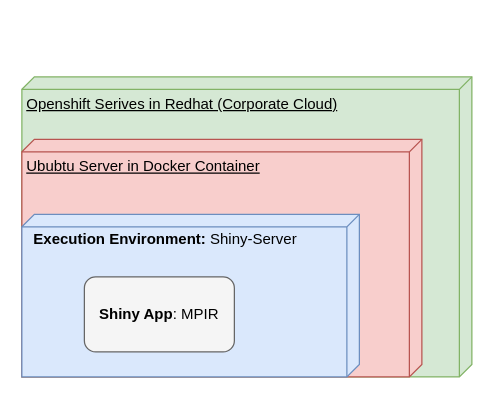
This is deploy.drawio from aminrigi/Network_CommunityDetection, a draw.io file, before an edit. Source tidied: cells renumbered, new cells numbered last; positions are measured from the earlier drawing's top-left corner, leaving out a move shared by most shapes. Both pictures are drawn from the tidied source at 125%, with x=0, y=0 at pixel (21, 76).
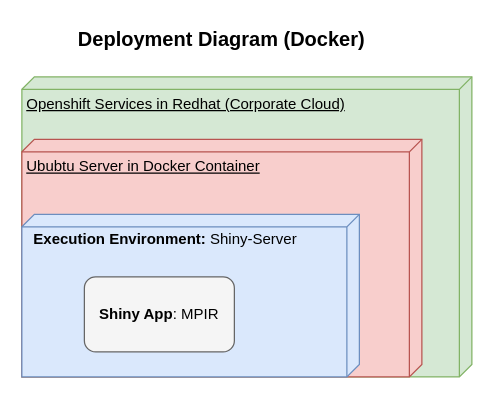
The same diagram, later.

The edit, as a diff of the source:
```diff
@@
 <mxGraphModel>
   <root>
     <mxCell id="0" />
     <mxCell id="1" parent="0" />
-    <mxCell id="2" value="Openshift Serives in Redhat (Corporate Cloud)" style="verticalAlign=top;align=left;spacingTop=8;spacingLeft=2;spacingRight=12;shape=cube;size=10;direction=south;fontStyle=4;html=1;fillColor=#d5e8d4;strokeColor=#82b366;" parent="1" vertex="1">
+    <mxCell id="2" value="Openshift Services in Redhat (Corporate Cloud)" style="verticalAlign=top;align=left;spacingTop=8;spacingLeft=2;spacingRight=12;shape=cube;size=10;direction=south;fontStyle=4;html=1;fillColor=#d5e8d4;strokeColor=#82b366;" parent="1" vertex="1">
       <mxGeometry width="360" height="240" as="geometry" />
     </mxCell>
     <mxCell id="3" value="Ububtu Server in Docker Container" style="verticalAlign=top;align=left;spacingTop=8;spacingLeft=2;spacingRight=12;shape=cube;size=10;direction=south;fontStyle=4;html=1;fillColor=#f8cecc;strokeColor=#b85450;" parent="1" vertex="1">
       <mxGeometry y="50" width="320" height="190" as="geometry" />
     </mxCell>
     <mxCell id="4" style="verticalAlign=top;align=left;spacingTop=8;spacingLeft=2;spacingRight=12;shape=cube;size=10;direction=south;fontStyle=4;html=1;fillColor=#dae8fc;strokeColor=#6c8ebf;" parent="1" vertex="1">
       <mxGeometry y="110" width="270" height="130" as="geometry" />
     </mxCell>
     <mxCell id="5" value="&lt;b&gt;Execution Environment: &lt;/b&gt;Shiny-Server&lt;br&gt;" style="text;html=1;strokeColor=none;fillColor=none;align=center;verticalAlign=middle;whiteSpace=wrap;rounded=0;" parent="1" vertex="1">
       <mxGeometry y="120" width="230" height="20" as="geometry" />
     </mxCell>
     <mxCell id="6" style="rounded=1;whiteSpace=wrap;html=1;fillColor=#f5f5f5;strokeColor=#666666;fontColor=#333333;" parent="1" vertex="1">
       <mxGeometry x="50" y="160" width="120" height="60" as="geometry" />
     </mxCell>
     <mxCell id="7" value="&lt;b&gt;Shiny App&lt;/b&gt;: MPIR" style="text;html=1;strokeColor=none;fillColor=none;align=center;verticalAlign=middle;whiteSpace=wrap;rounded=0;" parent="1" vertex="1">
       <mxGeometry x="55" y="180" width="110" height="20" as="geometry" />
     </mxCell>
+    <mxCell id="8" value="Deployment Diagram (Docker)" style="text;align=center;fontStyle=1;verticalAlign=middle;spacingLeft=3;spacingRight=3;strokeColor=none;fontSize=16;" parent="1" vertex="1">
+      <mxGeometry x="120" y="-44" width="80" height="26" as="geometry" />
+    </mxCell>
   </root>
 </mxGraphModel>
```
